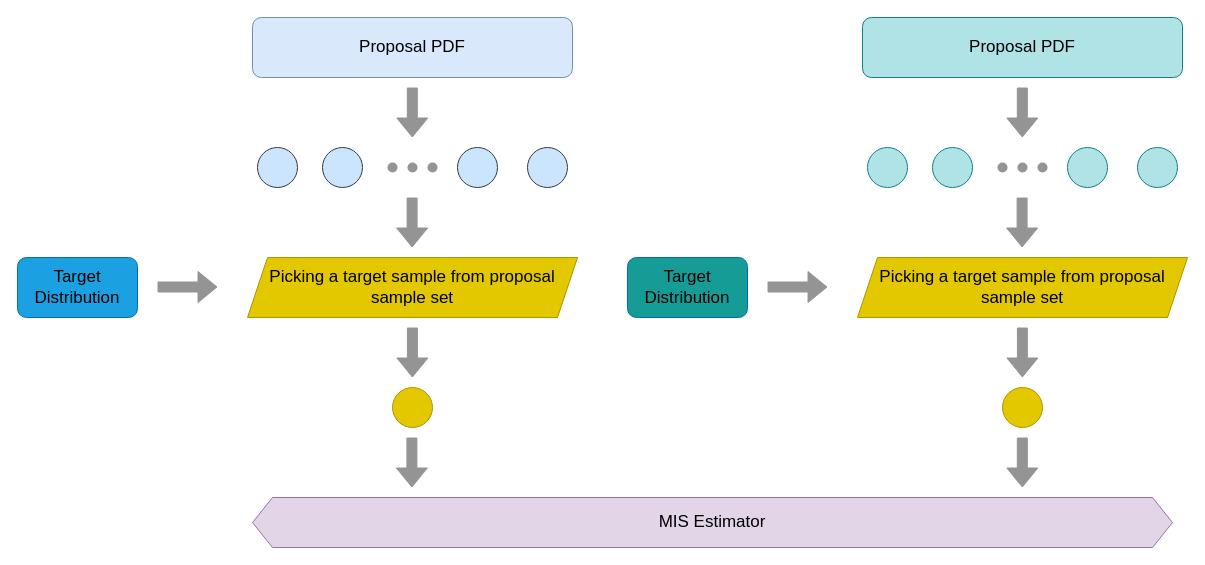
Before: img/posts/understanding_the_math_behind_restir_di/RIS_MIS.drawio in JiayinCao/AGraphicsGuyNotes, a draw.io diagram. Source tidied: cells renumbered, new cells numbered last; positions are measured from the earlier drawing's top-left corner, leaving out a move shared by most shapes. Both pictures are drawn from the tidied source at 100%, with x=0, y=0 at pixel (17, 17).
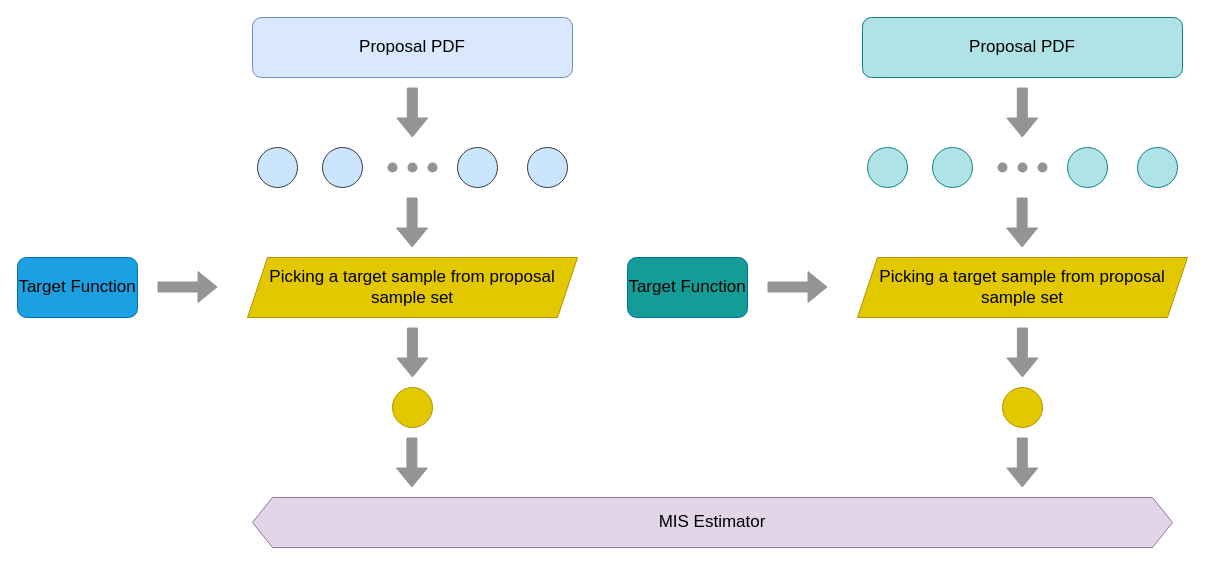
The same diagram, later.

Change to the diagram source:
```diff
@@
-    <mxCell id="8" value="&lt;font style=&quot;font-size: 17px;&quot; color=&quot;#000000&quot;&gt;Target Distribution&lt;/font&gt;" style="rounded=1;whiteSpace=wrap;html=1;fillColor=#1ba1e2;strokeColor=#006EAF;fontColor=#ffffff;" parent="1" vertex="1">
+    <mxCell id="8" value="&lt;font style=&quot;font-size: 17px;&quot; color=&quot;#000000&quot;&gt;Target Function&lt;/font&gt;" style="rounded=1;whiteSpace=wrap;html=1;fillColor=#1ba1e2;strokeColor=#006EAF;fontColor=#ffffff;" parent="1" vertex="1">
       <mxGeometry y="240" width="120" height="60" as="geometry" />
     </mxCell>
@@
-    <mxCell id="25" value="&lt;font style=&quot;font-size: 17px;&quot; color=&quot;#000000&quot;&gt;Target Distribution&lt;/font&gt;" style="rounded=1;whiteSpace=wrap;html=1;fillColor=#169C97;strokeColor=#006EAF;fontColor=#ffffff;" parent="1" vertex="1">
+    <mxCell id="25" value="&lt;font style=&quot;font-size: 17px;&quot; color=&quot;#000000&quot;&gt;Target Function&lt;/font&gt;" style="rounded=1;whiteSpace=wrap;html=1;fillColor=#169C97;strokeColor=#006EAF;fontColor=#ffffff;" parent="1" vertex="1">
       <mxGeometry x="610" y="240" width="120" height="60" as="geometry" />
     </mxCell>
```
